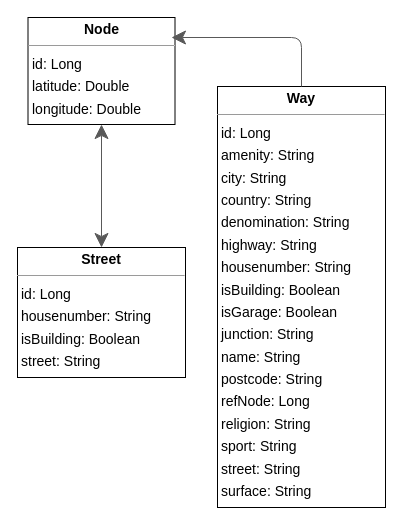
The draw.io diagram src/main/resources/drawio/entityRelation.drawio in alexander-wiltz/osm-pathifinding, before the edit. Source tidied: cells renumbered, new cells numbered last; positions are measured from the earlier drawing's top-left corner, leaving out a move shared by most shapes. Both pictures are drawn from the tidied source at 100%, with x=0, y=0 at pixel (17, 17).
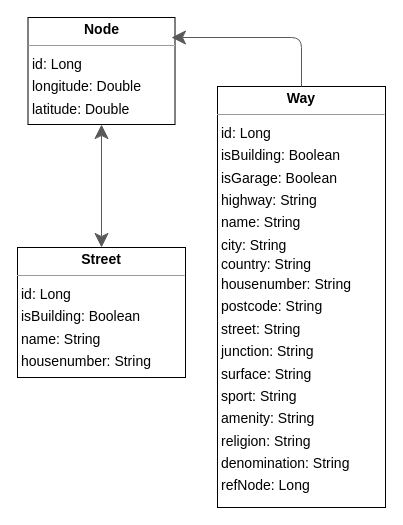
The same diagram, later.

What changed in the source:
```diff
@@
 <mxGraphModel>
   <root>
     <mxCell id="0" />
     <mxCell id="1" parent="0" />
-    <mxCell id="2" value="&lt;p style=&quot;margin:0px;margin-top:4px;text-align:center;&quot;&gt;&lt;b&gt;Node&lt;/b&gt;&lt;/p&gt;&lt;hr size=&quot;1&quot;&gt;&lt;p style=&quot;margin:0 0 0 4px;line-height:1.6;&quot;&gt; id:  Long &lt;br&gt; latitude:  Double &lt;br&gt; longitude:  Double &lt;/p&gt;" style="verticalAlign=top;align=left;overflow=fill;fontSize=14;fontFamily=Helvetica;html=1;rounded=0;shadow=0;comic=0;labelBackgroundColor=none;strokeWidth=1;" parent="1" vertex="1">
+    <mxCell id="2" value="&lt;p style=&quot;margin:0px;margin-top:4px;text-align:center;&quot;&gt;&lt;b&gt;Node&lt;/b&gt;&lt;/p&gt;&lt;hr size=&quot;1&quot;&gt;&lt;p style=&quot;margin:0 0 0 4px;line-height:1.6;&quot;&gt; id:  Long&lt;/p&gt;&lt;p style=&quot;margin:0 0 0 4px;line-height:1.6;&quot;&gt;&lt;span style=&quot;background-color: initial;&quot;&gt;longitude: Double&lt;/span&gt;&amp;nbsp; &lt;br&gt;latitude:  Double&lt;br&gt;&lt;/p&gt;" style="verticalAlign=top;align=left;overflow=fill;fontSize=14;fontFamily=Helvetica;html=1;rounded=0;shadow=0;comic=0;labelBackgroundColor=none;strokeWidth=1;" parent="1" vertex="1">
       <mxGeometry x="10.5" width="147" height="107" as="geometry" />
     </mxCell>
-    <mxCell id="3" value="&lt;p style=&quot;margin:0px;margin-top:4px;text-align:center;&quot;&gt;&lt;b&gt;Street&lt;/b&gt;&lt;/p&gt;&lt;hr size=&quot;1&quot;&gt;&lt;p style=&quot;margin:0 0 0 4px;line-height:1.6;&quot;&gt; id:  Long &lt;br&gt; housenumber:  String &lt;br&gt; isBuilding:  Boolean &lt;br&gt; street:  String &lt;/p&gt;" style="verticalAlign=top;align=left;overflow=fill;fontSize=14;fontFamily=Helvetica;html=1;rounded=0;shadow=0;comic=0;labelBackgroundColor=none;strokeWidth=1;" parent="1" vertex="1">
+    <mxCell id="3" value="&lt;p style=&quot;margin:0px;margin-top:4px;text-align:center;&quot;&gt;&lt;b&gt;Street&lt;/b&gt;&lt;/p&gt;&lt;hr size=&quot;1&quot;&gt;&lt;p style=&quot;margin:0 0 0 4px;line-height:1.6;&quot;&gt; id:  Long&lt;/p&gt;&lt;p style=&quot;margin:0 0 0 4px;line-height:1.6;&quot;&gt;&lt;span style=&quot;background-color: initial;&quot;&gt;isBuilding: Boolean&lt;/span&gt;&amp;nbsp;&lt;/p&gt;&lt;p style=&quot;margin:0 0 0 4px;line-height:1.6;&quot;&gt;&lt;span style=&quot;background-color: initial;&quot;&gt;name: String&lt;/span&gt;&amp;nbsp; &lt;br&gt;housenumber:  String&lt;br&gt;&lt;/p&gt;" style="verticalAlign=top;align=left;overflow=fill;fontSize=14;fontFamily=Helvetica;html=1;rounded=0;shadow=0;comic=0;labelBackgroundColor=none;strokeWidth=1;" parent="1" vertex="1">
       <mxGeometry y="230" width="168" height="130" as="geometry" />
     </mxCell>
-    <mxCell id="4" value="&lt;p style=&quot;margin:0px;margin-top:4px;text-align:center;&quot;&gt;&lt;b&gt;Way&lt;/b&gt;&lt;/p&gt;&lt;hr size=&quot;1&quot;&gt;&lt;p style=&quot;margin:0 0 0 4px;line-height:1.6;&quot;&gt; id:  Long &lt;br&gt; amenity:  String &lt;br&gt; city:  String &lt;br&gt; country:  String &lt;br&gt; denomination:  String &lt;br&gt; highway:  String &lt;br&gt; housenumber:  String &lt;br&gt; isBuilding:  Boolean &lt;br&gt; isGarage:  Boolean &lt;br&gt; junction:  String &lt;br&gt; name:  String &lt;br&gt; postcode:  String &lt;br&gt; refNode:  Long &lt;br&gt; religion:  String &lt;br&gt; sport:  String &lt;br&gt; street:  String &lt;br&gt; surface:  String &lt;/p&gt;" style="verticalAlign=top;align=left;overflow=fill;fontSize=14;fontFamily=Helvetica;html=1;rounded=0;shadow=0;comic=0;labelBackgroundColor=none;strokeWidth=1;" parent="1" vertex="1">
+    <mxCell id="4" value="&lt;p style=&quot;margin:0px;margin-top:4px;text-align:center;&quot;&gt;&lt;b&gt;Way&lt;/b&gt;&lt;/p&gt;&lt;hr size=&quot;1&quot;&gt;&lt;p style=&quot;margin:0 0 0 4px;line-height:1.6;&quot;&gt; id:  Long&lt;/p&gt;&lt;p style=&quot;margin:0 0 0 4px;line-height:1.6;&quot;&gt;isBuilding: Boolean&lt;/p&gt;&lt;p style=&quot;margin:0 0 0 4px;line-height:1.6;&quot;&gt;isGarage: Boolean&lt;/p&gt;&lt;p style=&quot;margin:0 0 0 4px;line-height:1.6;&quot;&gt;highway: String&lt;/p&gt;&lt;p style=&quot;margin:0 0 0 4px;line-height:1.6;&quot;&gt;name: String&lt;/p&gt;&lt;p style=&quot;margin:0 0 0 4px;line-height:1.6;&quot;&gt;&lt;span style=&quot;background-color: initial;&quot;&gt;city: String&lt;/span&gt;&lt;/p&gt;&amp;nbsp;country: String&lt;p style=&quot;margin:0 0 0 4px;line-height:1.6;&quot;&gt;housenumber: String&lt;/p&gt;&lt;p style=&quot;margin:0 0 0 4px;line-height:1.6;&quot;&gt;postcode: String&lt;/p&gt;&lt;p style=&quot;margin:0 0 0 4px;line-height:1.6;&quot;&gt;street: String&lt;/p&gt;&lt;p style=&quot;margin:0 0 0 4px;line-height:1.6;&quot;&gt;junction: String&lt;/p&gt;&lt;p style=&quot;margin:0 0 0 4px;line-height:1.6;&quot;&gt;surface: String&lt;/p&gt;&lt;p style=&quot;margin:0 0 0 4px;line-height:1.6;&quot;&gt;sport: String&lt;/p&gt;&lt;p style=&quot;margin:0 0 0 4px;line-height:1.6;&quot;&gt;amenity:  String&lt;/p&gt;&lt;p style=&quot;margin:0 0 0 4px;line-height:1.6;&quot;&gt;religion: String&lt;br&gt; denomination:  String&lt;br&gt; refNode:  Long&lt;br&gt;&lt;/p&gt;" style="verticalAlign=top;align=left;overflow=fill;fontSize=14;fontFamily=Helvetica;html=1;rounded=0;shadow=0;comic=0;labelBackgroundColor=none;strokeWidth=1;" parent="1" vertex="1">
       <mxGeometry x="200" y="69" width="168" height="421" as="geometry" />
     </mxCell>
     <mxCell id="5" style="html=1;rounded=1;edgeStyle=orthogonalEdgeStyle;dashed=0;startArrow=classic;startSize=12;endArrow=classic;endSize=12;strokeColor=#595959;exitX=0.500;exitY=0.000;exitDx=0;exitDy=0;entryX=0.500;entryY=1.000;entryDx=0;entryDy=0;" parent="1" edge="1" source="3" target="2">
       <mxGeometry relative="1" as="geometry" />
     </mxCell>
     <mxCell id="6" style="html=1;rounded=1;edgeStyle=orthogonalEdgeStyle;dashed=0;startArrow=none;endArrow=classic;endSize=12;strokeColor=#595959;exitX=0.500;exitY=0.000;exitDx=0;exitDy=0;entryX=0.976;entryY=0.187;entryDx=0;entryDy=0;entryPerimeter=0;" parent="1" edge="1" source="4" target="2">
       <mxGeometry relative="1" as="geometry">
         <Array as="points">
           <mxPoint x="284" y="20" />
         </Array>
       </mxGeometry>
     </mxCell>
   </root>
 </mxGraphModel>
```
